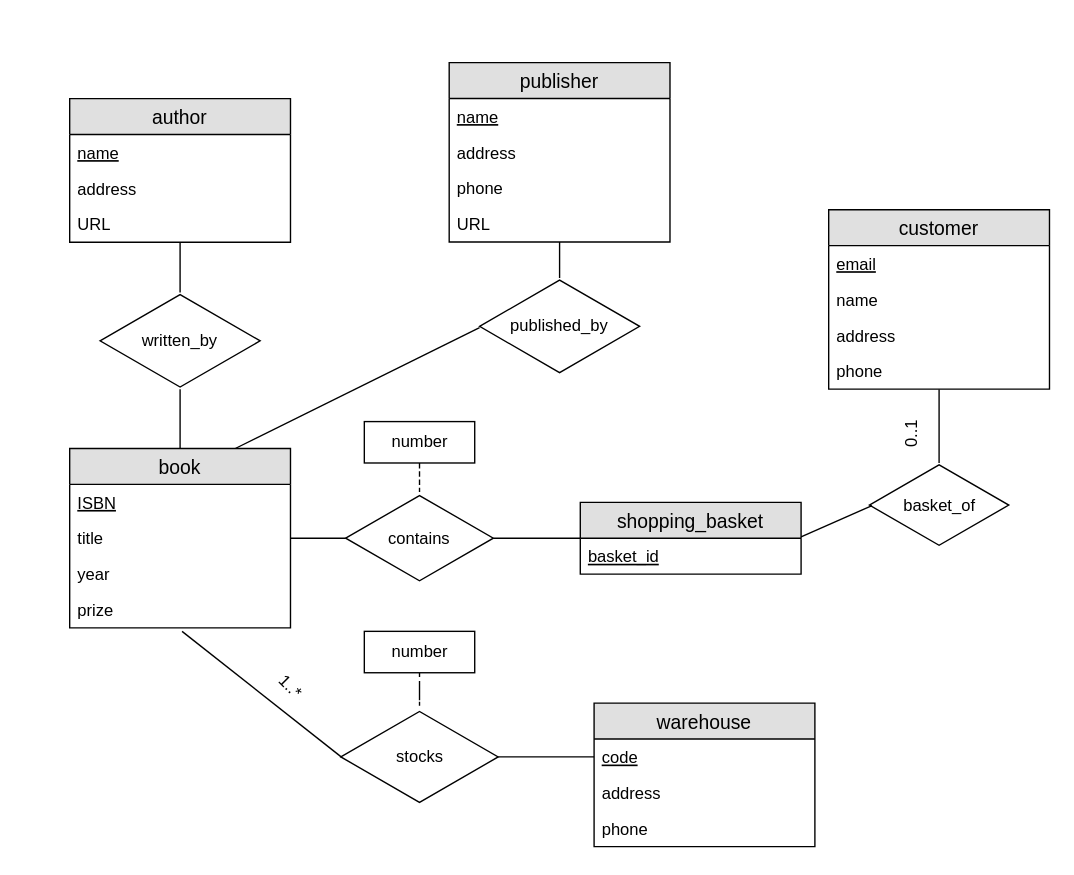
Above: page "Page-2" (2 of 4) of Untitled Diagram.drawio in RomolaZhang/Databases (draw.io), before the change. Source tidied: cells renumbered, new cells numbered last; positions are measured from the earlier drawing's top-left corner, leaving out a move shared by most shapes. Both pictures are drawn from the tidied source at 138%, with x=0, y=0 at pixel (69, 62).
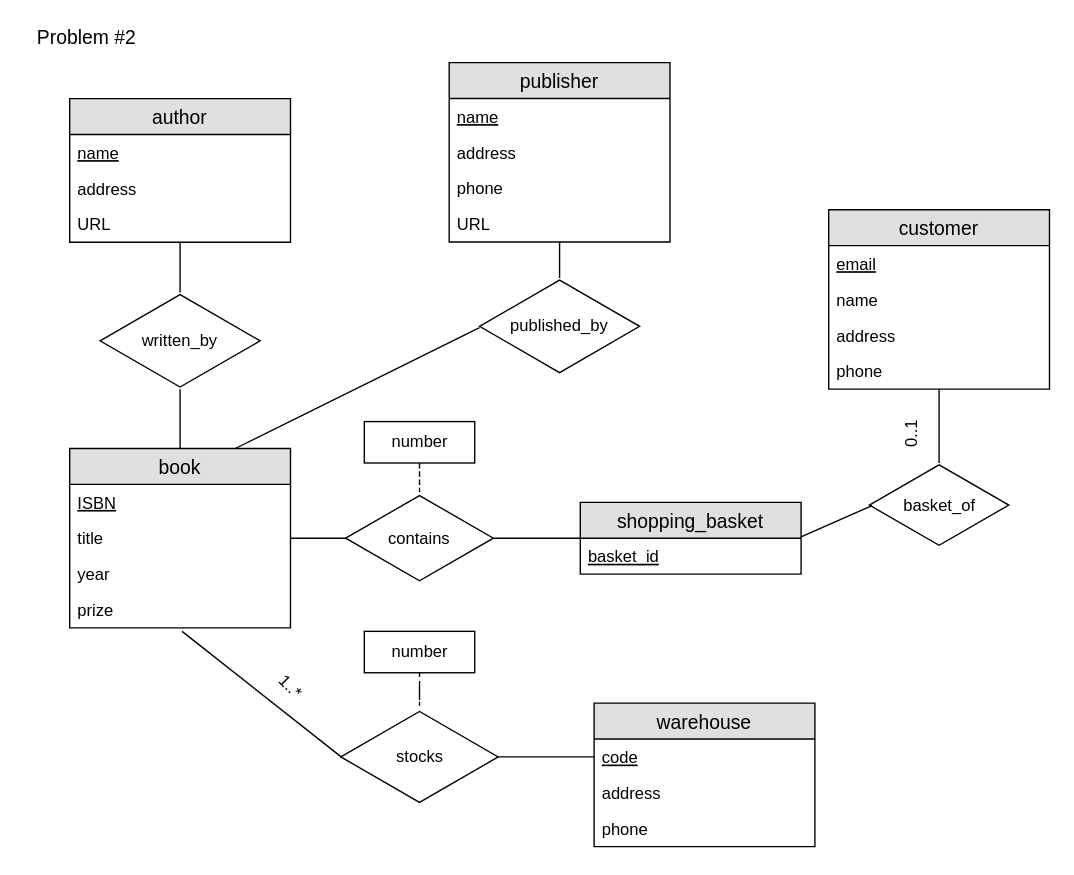
The same diagram, later.

The edit, as a diff of the source:
```diff
@@
+    <mxCell id="48" value="&lt;font style=&quot;font-size: 14px&quot;&gt;Problem #2&lt;/font&gt;" style="text;html=1;align=center;verticalAlign=middle;fillColor=none;strokeColor=none;rounded=0;" parent="1" vertex="1">
+      <mxGeometry x="-33.5" y="-28" width="90" height="20" as="geometry" />
+    </mxCell>
```
